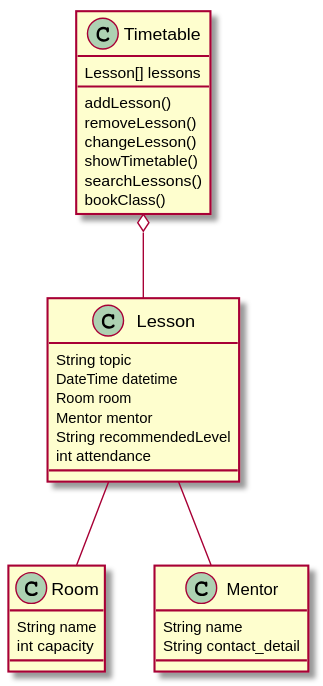
Above: Class Diagrams/class_diagram.svg in Gyrogaming01/asdp-project-1 (PlantUML), before the change. The source it was exported from:
```plantuml
@startuml

Timetable o-- Lesson
Lesson -- Room
Lesson -- Mentor

class Timetable {
  Lesson[] lessons
  addLesson()
  removeLesson()
  changeLesson()
  showTimetable()
  searchLessons()
  bookClass()
}

class Lesson {
  String topic
  DateTime datetime
  Room room
  Mentor mentor
  String recommendedLevel
  int attendance
}

class Room {
  String name
  int capacity
}

class Mentor {
  String name
  String contact_detail
}

@enduml
```
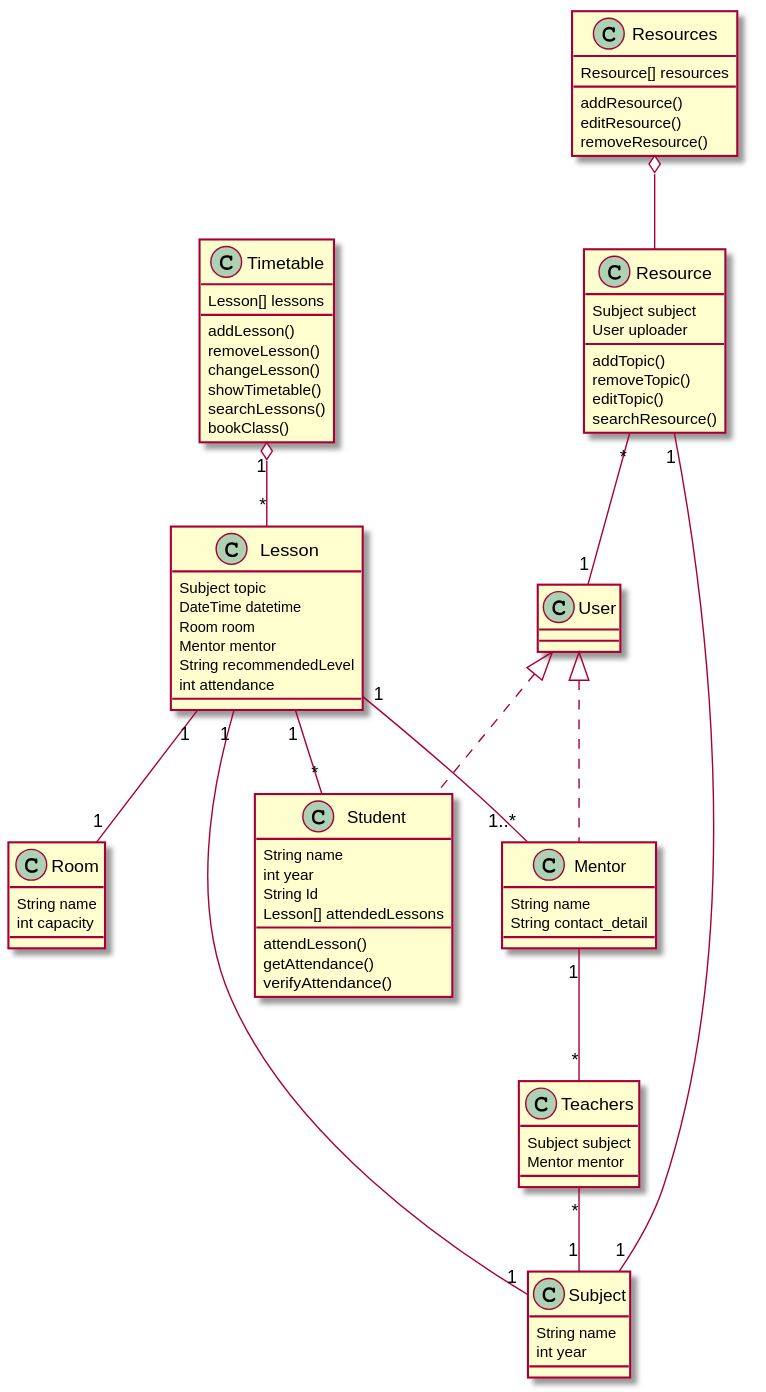
After the change.

Commit message:
updated class diagram

The edit, as a diff of the source:
```diff
@@ -1,8 +1,18 @@
 @startuml
 
-Timetable o-- Lesson
-Lesson -- Room
-Lesson -- Mentor
+Timetable "1" o-- "*" Lesson
+Lesson "1" -- "1" Room
+Lesson "1" -- "1..*" Mentor
+
+Mentor "1" -- "*" Teachers
+Teachers "*" -- "1" Subject
+Resource "*" -- "1" User
+User <|.. Student
+User <|.. Mentor
+Resource "1" -- "1" Subject
+Resources o-- Resource
+Lesson "1" -- "1" Subject
+Lesson "1" -- "*" Student
 
 class Timetable {
   Lesson[] lessons
@@ -15,7 +25,7 @@
 }
 
 class Lesson {
-  String topic
+  Subject topic
   DateTime datetime
   Room room
   Mentor mentor
@@ -33,4 +43,40 @@
   String contact_detail
 }
 
+class Resources {
+  Resource[] resources
+  addResource()
+  editResource()
+  removeResource()
+}
+
+class Resource {
+  Subject subject
+  User uploader
+  addTopic()
+  removeTopic()
+  editTopic()
+  searchResource()
+}
+
+class Student {
+  String name
+  int year
+  String Id
+  Lesson[] attendedLessons
+  attendLesson()
+  getAttendance()
+  verifyAttendance()
+}
+
+class Subject {
+  String name
+  int year
+}
+
+class Teachers {
+  Subject subject
+  Mentor mentor
+}
+
 @enduml
```
